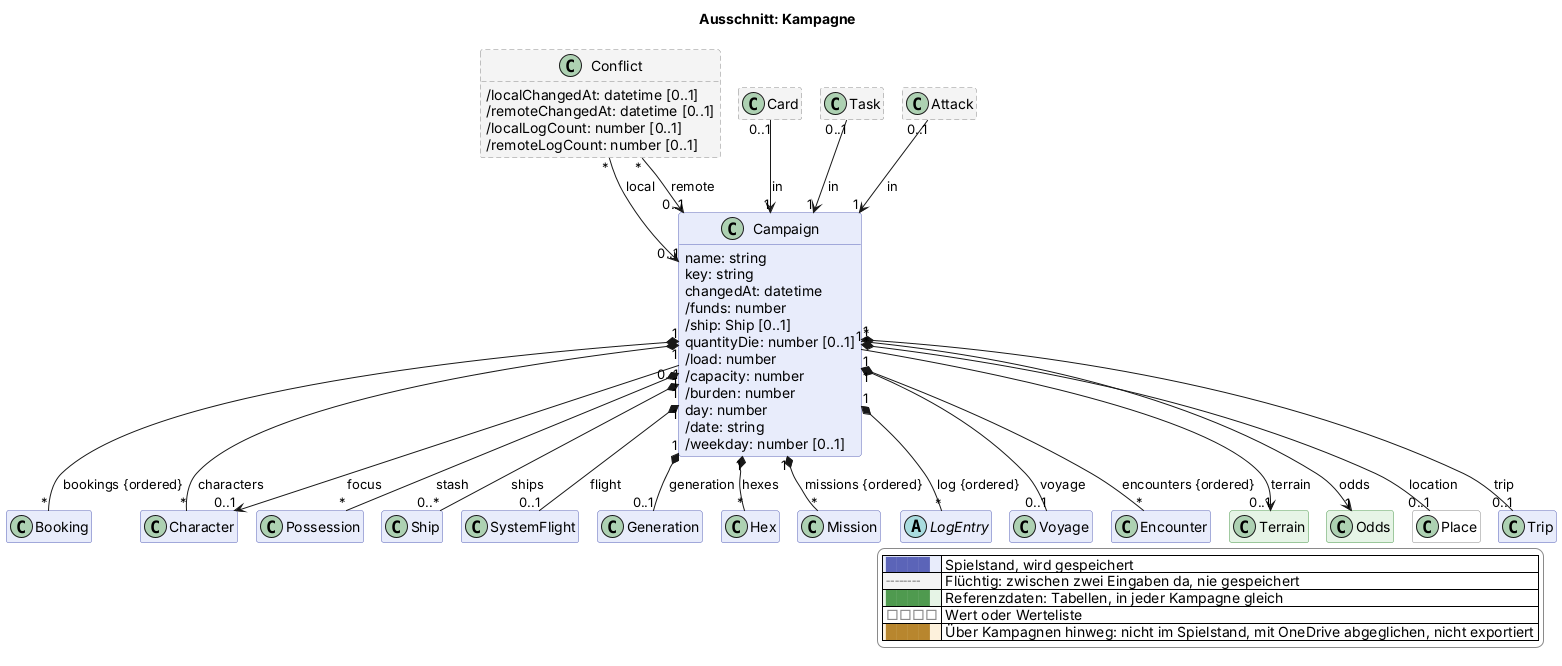
Before: docs/views/kampagne.png, a diagram exported from PlantUML (scuzzar/SRE).
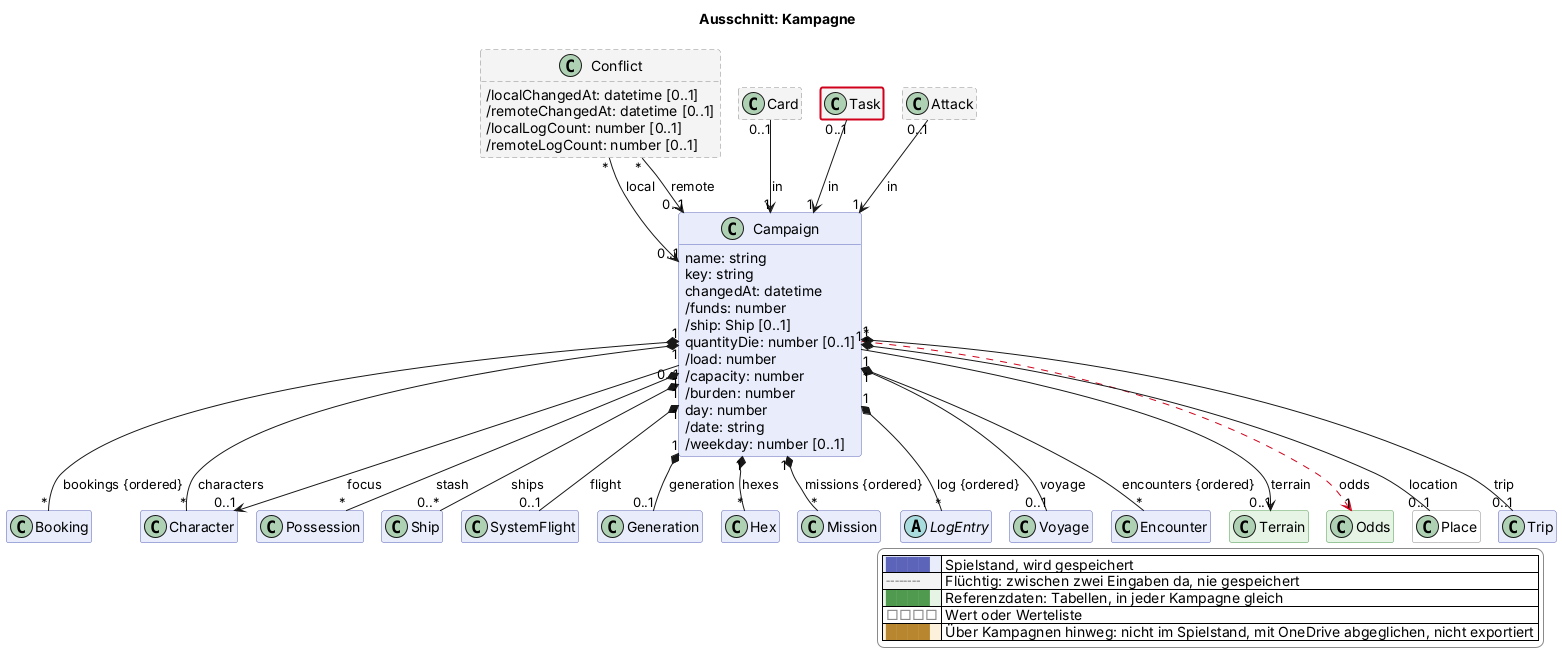
Later version of the same file.

What changed in the source:
```diff
@@ -118,7 +118,7 @@
   class Trip $logistik
 
 Campaign "1" *-- "*" Character : characters
-Campaign "*" --> "1" Odds : odds
+Campaign "*" -$goneArrow("2026-11-27")-> "1" Odds : odds
 Campaign "0..1" --> "0..1" Character : focus
 Campaign "1" *-- "*" LogEntry : log {ordered}
 Campaign "1" *-- "0..1" Place : location
@@ -160,4 +160,5 @@
   |<#ffffff> <color:#8a8a8a>□□□□</color> | Wert oder Werteliste |
   |<#fdf1dc> <color:#b8862e>████</color> | Über Kampagnen hinweg: nicht im Spielstand, mit OneDrive abgeglichen, nicht exportiert |
 endlegend
+class Task #line:d0021b;line.bold
 @enduml
```
